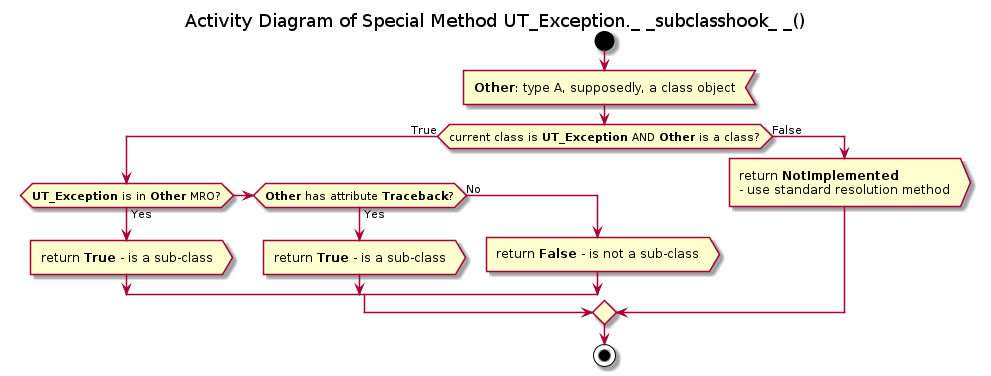
FooBarShebang/introspection_lib keeps this PlantUML diagram as Documentation/UML/base_exceptions/ut_exception_subclasshook.png. Above is the earlier version.
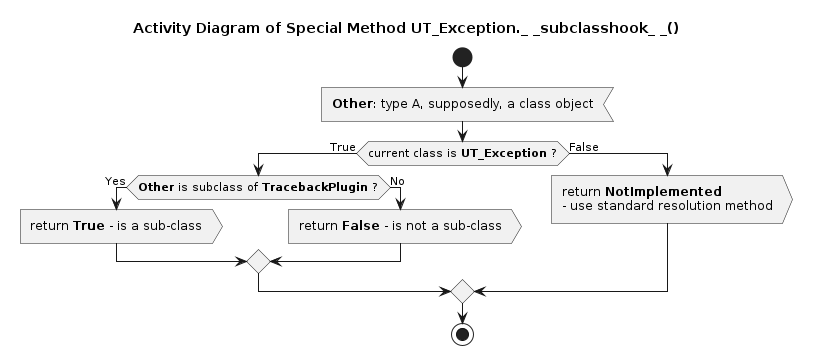
Above is the later version.

Change to the diagram source:
```diff
@@ -6,10 +6,8 @@
 
 :<b>Other</b>: type A, supposedly, a class object<
 
-if (current class is <b>UT_Exception</b> AND <b>Other</b> is a class?) then (True)
-    if (<b>UT_Exception</b> is in <b>Other</b> MRO?) then (Yes)
-        :return <b>True</b> - is a sub-class>
-    elseif (<b>Other</b> has attribute <b>Traceback</b>?) then (Yes)
+if (current class is <b>UT_Exception</b> ?) then (True)
+    if (<b>Other</b> is subclass of <b>TracebackPlugin</b> ?) then (Yes)
         :return <b>True</b> - is a sub-class>
     else (No)
         :return <b>False</b> - is not a sub-class>
```
